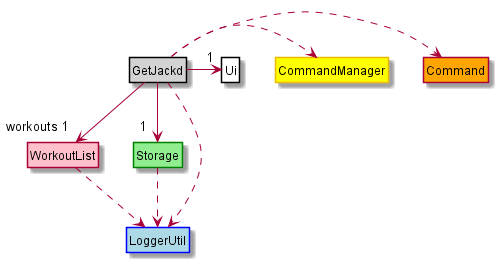
The PlantUML diagram docs/umldg/BasicArchitecture.png in nus-cs2113-AY2122S1/tp, before a commit.
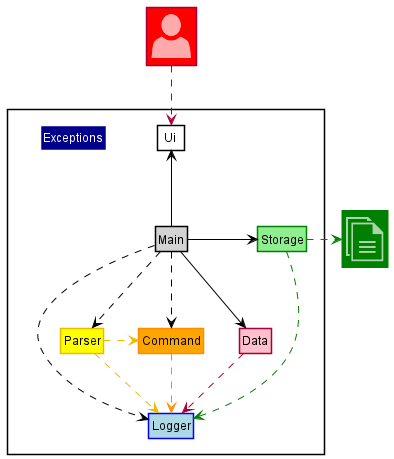
Later version of the same file.

Commit message:
Updated architecture diagram

The edit, as a diff of the source:
```diff
@@ -1,22 +1,39 @@
 @startuml
+!include <office/Concepts/documents>
+!include <office/Users/user>
+
 skinparam classAttributeIconSize 0
+skinparam shadowing false
 hide circle
 hide empty members
 
-class GetJackd #LightGrey ##Black
-class WorkoutList #Pink
+class "<$user>" as User #Red;text:White
+class "<$documents>" as File #Green;text:White##Green
+
+package "" <<Rectangle>>{
+class Main #LightGrey ##Black
 class Storage #LightGreen ##Green
-class Ui #White ##Black
-class LoggerUtil #LightBlue ##Blue
-class CommandManager #Yellow ##edba02
-class Command #Orange
+class " Ui  " as Ui #White ##Black
+class Logger #LightBlue ##Blue
+class Data #Pink
+class Parser #Yellow ##edba02
+class Command #Orange ##DarkOrange
+class Exceptions #DarkBlue;text:White##White
+}
 
-GetJackd --> "workouts 1" WorkoutList
-GetJackd --> "1  " Storage
-GetJackd .right.> Command
-GetJackd .right.> CommandManager
-GetJackd .down.> LoggerUtil
-GetJackd -right-> "1" Ui
-WorkoutList ..> LoggerUtil
-Storage ..> LoggerUtil
+
+Parser .[#edba02]down.> Logger
+Command .[#DarkOrange]down.> Logger
+Main .[#Black]down.> Command
+Data .down.> Logger
+Storage .[#Green]down.> Logger
+User .down.> Ui
+Main -[#Black]down-> Data
+Main .down[#Black].> Parser
+Main .right[#Black].> Logger
+Storage .right[#Green].> File
+Main -right[#Black]->  Storage
+Main -up[#Black]->  Ui
+Parser .right[#edba02].> Command
+
 @enduml
```
